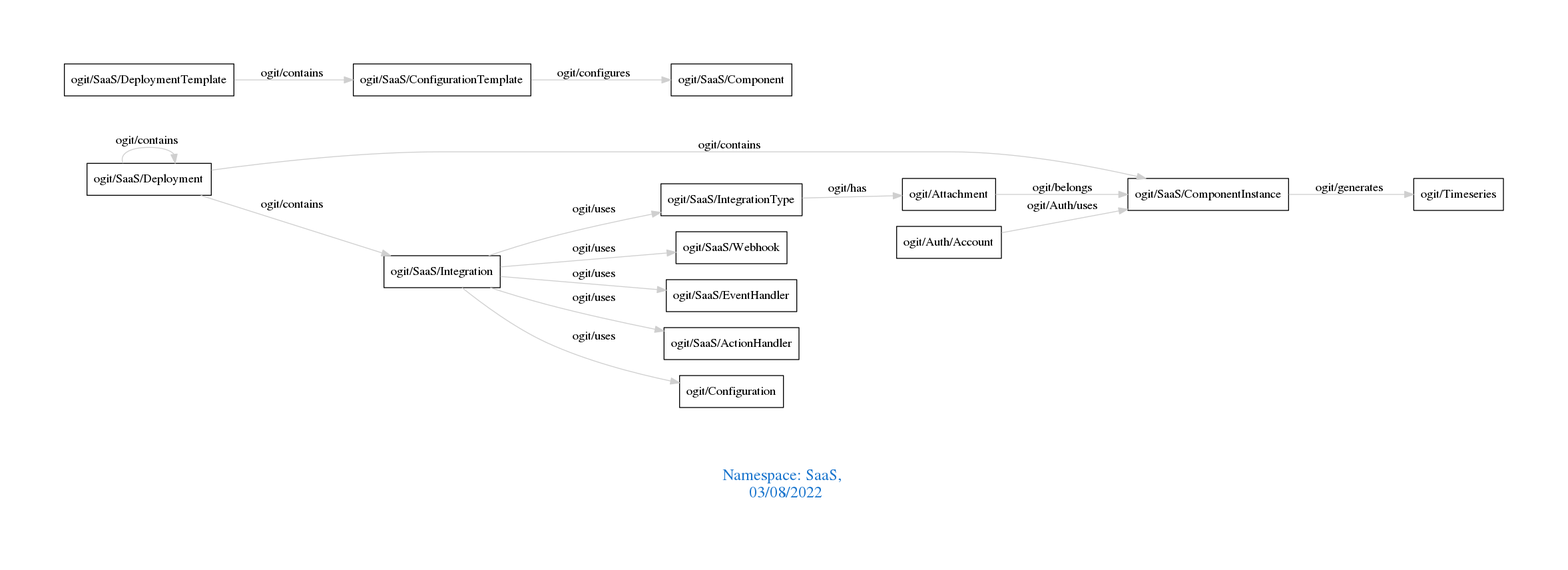
Earlier version of the Graphviz export downloads/SaaS.png (arago/OGIT). Its source is kept beside it as downloads/SaaS.dot.
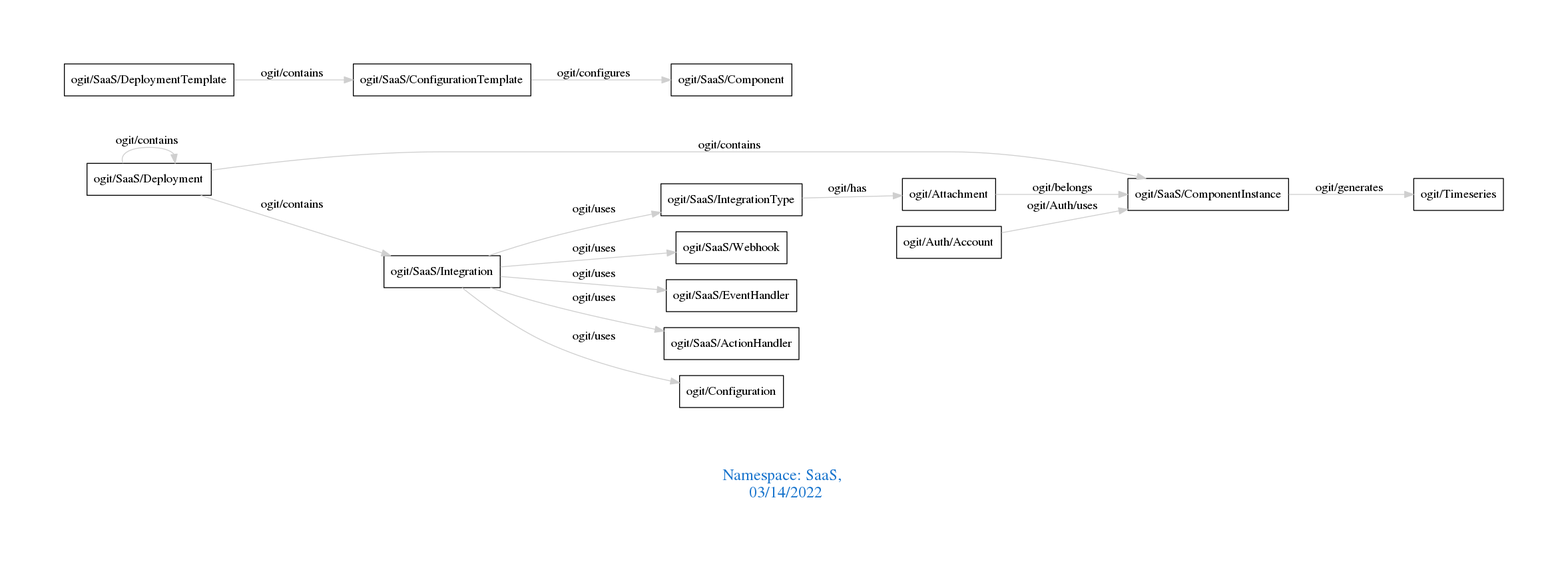
The same diagram one commit later.

Diff of the diagram source:
```diff
@@ -1,7 +1,7 @@
 digraph OGIT_ontology {
  graph [ rankdir= LR,pad=1
 fontsize = 18,
-fontcolor= dodgerblue3,label = "\n\n\nNamespace: SaaS, \n 03/08/2022"];
+fontcolor= dodgerblue3,label = "\n\n\nNamespace: SaaS, \n 03/14/2022"];
 node[shape=polygon];
 edge [  color="gray81"];
 
```
